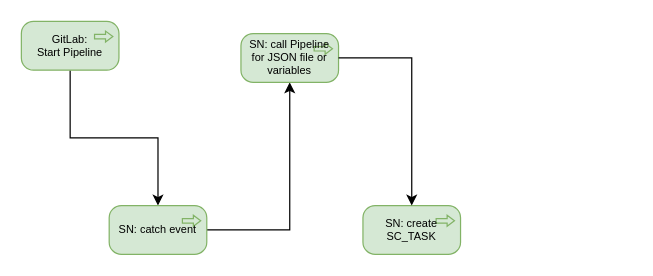
Above: GitLab2SN.drawio in algimas/tmp (draw.io), before the change. Source tidied: cells renumbered, new cells numbered last; positions are measured from the earlier drawing's top-left corner, leaving out a move shared by most shapes. Both pictures are drawn from the tidied source at 122%, with x=0, y=0 at pixel (21, 21).
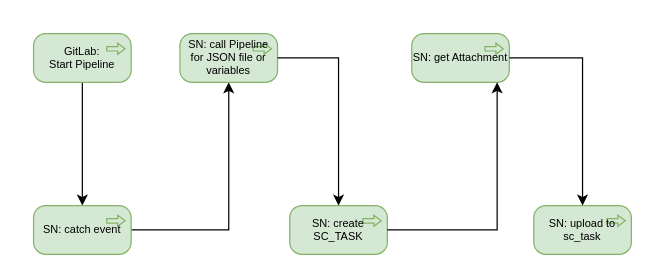
Above is the later version.

The edit, as a diff of the source:
```diff
@@
 <mxGraphModel>
   <root>
     <mxCell id="0" />
     <mxCell id="1" parent="0" />
     <mxCell id="2" style="edgeStyle=orthogonalEdgeStyle;rounded=0;jettySize=auto;html=1;fontSize=9;" parent="1" edge="1" source="3" target="5">
       <mxGeometry relative="1" as="geometry" />
     </mxCell>
     <mxCell id="3" value="GitLab:&lt;br&gt;Start Pipeline" style="html=1;outlineConnect=0;whiteSpace=wrap;fillColor=#d5e8d4;shape=mxgraph.archimate3.application;appType=proc;archiType=rounded;fontSize=9;verticalAlign=middle;align=center;strokeColor=#82b366;" parent="1" vertex="1">
-      <mxGeometry width="80" height="40" as="geometry" />
+      <mxGeometry x="10" y="10" width="80" height="40" as="geometry" />
     </mxCell>
     <mxCell id="4" style="edgeStyle=orthogonalEdgeStyle;rounded=0;jettySize=auto;html=1;fontSize=9;" parent="1" edge="1" source="5" target="6">
       <mxGeometry relative="1" as="geometry" />
     </mxCell>
     <mxCell id="5" value="SN: catch event" style="html=1;outlineConnect=0;whiteSpace=wrap;fillColor=#d5e8d4;shape=mxgraph.archimate3.application;appType=proc;archiType=rounded;fontSize=9;strokeColor=#82b366;" parent="1" vertex="1">
-      <mxGeometry x="72" y="151" width="80" height="40" as="geometry" />
+      <mxGeometry x="10" y="151" width="80" height="40" as="geometry" />
     </mxCell>
     <mxCell id="6" value="SN: call Pipeline for JSON file or variables" style="html=1;outlineConnect=0;whiteSpace=wrap;fillColor=#d5e8d4;shape=mxgraph.archimate3.application;appType=proc;archiType=rounded;fontSize=9;strokeColor=#82b366;" parent="1" vertex="1">
-      <mxGeometry x="180" y="10" width="80" height="40" as="geometry" />
+      <mxGeometry x="130" y="10" width="80" height="40" as="geometry" />
     </mxCell>
     <mxCell id="7" value="SN: create SC_TASK" style="html=1;outlineConnect=0;whiteSpace=wrap;fillColor=#d5e8d4;shape=mxgraph.archimate3.application;appType=proc;archiType=rounded;fontSize=9;strokeColor=#82b366;" parent="1" vertex="1">
-      <mxGeometry x="280" y="151" width="80" height="40" as="geometry" />
+      <mxGeometry x="220" y="151" width="80" height="40" as="geometry" />
     </mxCell>
     <mxCell id="8" style="edgeStyle=orthogonalEdgeStyle;rounded=0;jettySize=auto;html=1;fontSize=9;" parent="1" edge="1" source="6" target="7">
       <mxGeometry relative="1" as="geometry" />
     </mxCell>
+    <mxCell id="9" value="SN: get Attachment" style="html=1;outlineConnect=0;whiteSpace=wrap;fillColor=#d5e8d4;shape=mxgraph.archimate3.application;appType=proc;archiType=rounded;fontSize=9;strokeColor=#82b366;" parent="1" vertex="1">
+      <mxGeometry x="320" y="10" width="80" height="40" as="geometry" />
+    </mxCell>
+    <mxCell id="10" value="SN: upload to sc_task" style="html=1;outlineConnect=0;whiteSpace=wrap;fillColor=#d5e8d4;shape=mxgraph.archimate3.application;appType=proc;archiType=rounded;fontSize=9;strokeColor=#82b366;" parent="1" vertex="1">
+      <mxGeometry x="420" y="151" width="80" height="40" as="geometry" />
+    </mxCell>
+    <mxCell id="11" style="edgeStyle=orthogonalEdgeStyle;rounded=0;jettySize=auto;html=1;fontSize=9;" parent="1" edge="1" source="7" target="9">
+      <mxGeometry relative="1" as="geometry">
+        <Array as="points">
+          <mxPoint x="390" y="171" />
+        </Array>
+      </mxGeometry>
+    </mxCell>
+    <mxCell id="12" style="edgeStyle=orthogonalEdgeStyle;rounded=0;jettySize=auto;html=1;fontSize=9;" parent="1" edge="1" source="9" target="10">
+      <mxGeometry relative="1" as="geometry" />
+    </mxCell>
   </root>
 </mxGraphModel>
```
